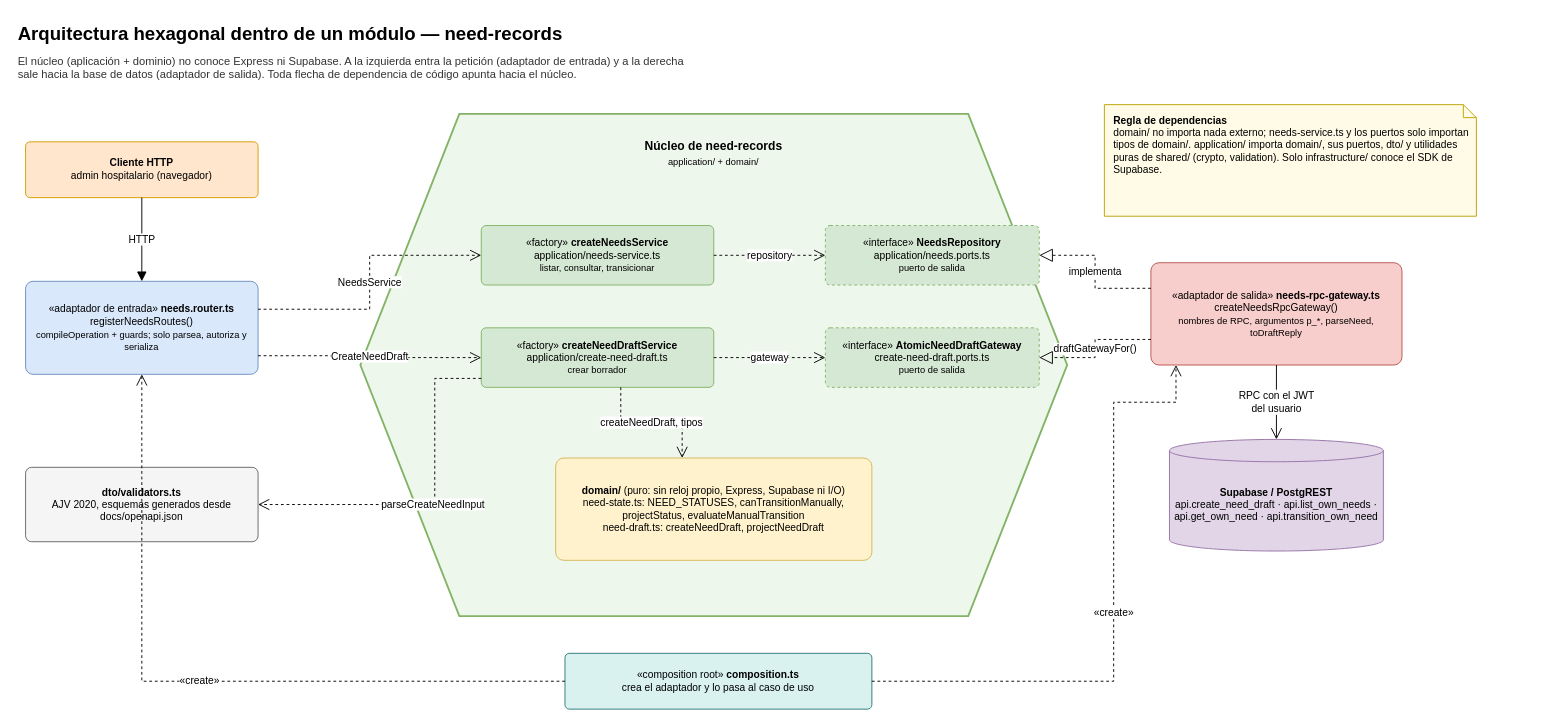
Earlier version of the draw.io diagram page "03 Arquitectura hexagonal dentro de un módulo" (4 of 25) of evidence_pc2/diagramas/save-a-life-uml.drawio (DiegoRomanP/Safe-a-Life). Source tidied: cells renumbered, new cells numbered last; positions are measured from the earlier drawing's top-left corner, leaving out a move shared by most shapes. Both pictures are drawn from the tidied source at 93%, with x=0, y=0 at pixel (16, 16).
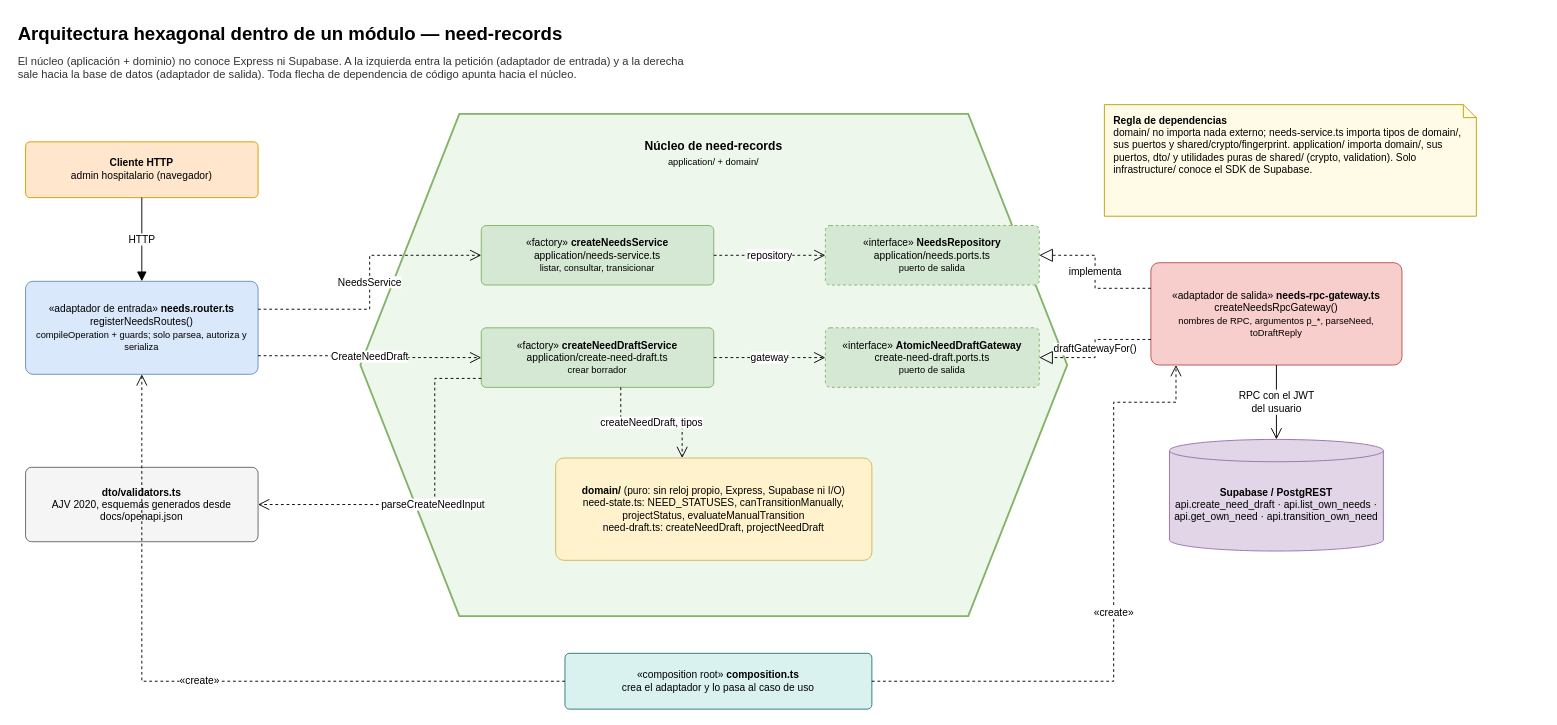
The same page after the edit.

Diff of the diagram source:
```diff
@@
-    <mxCell id="29" value="&lt;b&gt;Regla de dependencias&lt;/b&gt;&lt;br&gt;domain/ no importa nada externo; needs-service.ts y los puertos solo importan tipos de domain/. application/ importa domain/, sus puertos, dto/ y utilidades puras de shared/ (crypto, validation). Solo infrastructure/ conoce el SDK de Supabase." style="shape=note;whiteSpace=wrap;html=1;size=14;align=left;verticalAlign=top;spacingLeft=8;spacingTop=4;spacingRight=6;fillColor=#fffbe6;strokeColor=#bfa200;fontSize=11;" parent="1" vertex="1">
+    <mxCell id="29" value="&lt;b&gt;Regla de dependencias&lt;/b&gt;&lt;br&gt;domain/ no importa nada externo; needs-service.ts importa tipos de domain/, sus puertos y shared/crypto/fingerprint. application/ importa domain/, sus puertos, dto/ y utilidades puras de shared/ (crypto, validation). Solo infrastructure/ conoce el SDK de Supabase." style="shape=note;whiteSpace=wrap;html=1;size=14;align=left;verticalAlign=top;spacingLeft=8;spacingTop=4;spacingRight=6;fillColor=#fffbe6;strokeColor=#bfa200;fontSize=11;" parent="1" vertex="1">
       <mxGeometry x="1170" y="95" width="400" height="120" as="geometry" />
     </mxCell>
```
